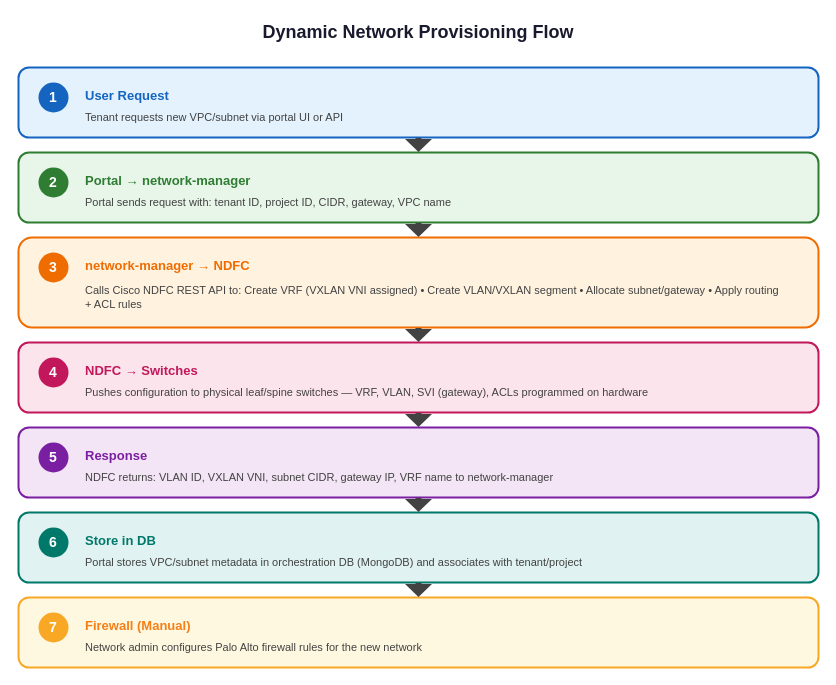
Above: docs/diagrams/dynamic-network-provisioning.drawio in aamir939/Documentation (draw.io), before the change. Source tidied: cells renumbered, new cells numbered last; positions are measured from the earlier drawing's top-left corner, leaving out a move shared by most shapes. Both pictures are drawn from the tidied source at 100%, with x=0, y=0 at pixel (18, 17).
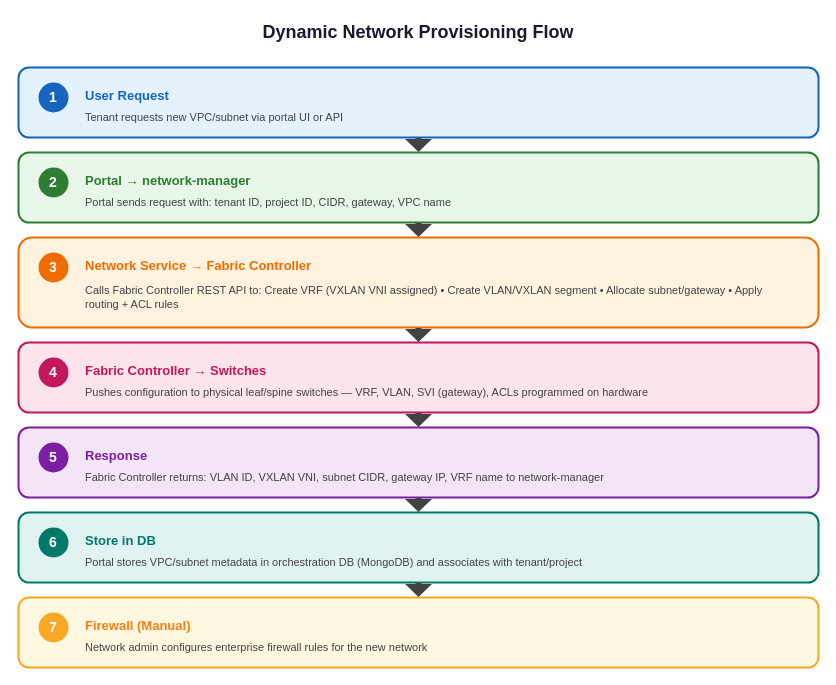
The same page after the edit.

Change to the diagram source:
```diff
@@
-    <mxCell id="13" value="network-manager → NDFC" style="text;html=1;strokeColor=none;fillColor=none;align=left;verticalAlign=middle;fontStyle=1;fontSize=13;fontColor=#ef6c00;" parent="1" vertex="1">
+    <mxCell id="13" value="Network Service → Fabric Controller" style="text;html=1;strokeColor=none;fillColor=none;align=left;verticalAlign=middle;fontStyle=1;fontSize=13;fontColor=#ef6c00;" parent="1" vertex="1">
       <mxGeometry x="65" y="235" width="250" height="25" as="geometry" />
     </mxCell>
-    <mxCell id="14" value="Calls Cisco NDFC REST API to: Create VRF (VXLAN VNI assigned) • Create VLAN/VXLAN segment • Allocate subnet/gateway • Apply routing + ACL rules" style="text;html=1;strokeColor=none;fillColor=none;align=left;verticalAlign=middle;fontSize=11;fontColor=#424242;whiteSpace=wrap;" parent="1" vertex="1">
+    <mxCell id="14" value="Calls Fabric Controller REST API to: Create VRF (VXLAN VNI assigned) • Create VLAN/VXLAN segment • Allocate subnet/gateway • Apply routing + ACL rules" style="text;html=1;strokeColor=none;fillColor=none;align=left;verticalAlign=middle;fontSize=11;fontColor=#424242;whiteSpace=wrap;" parent="1" vertex="1">
       <mxGeometry x="65" y="260" width="700" height="40" as="geometry" />
     </mxCell>
@@
-    <mxCell id="17" value="NDFC → Switches" style="text;html=1;strokeColor=none;fillColor=none;align=left;verticalAlign=middle;fontStyle=1;fontSize=13;fontColor=#c2185b;" parent="1" vertex="1">
+    <mxCell id="17" value="Fabric Controller → Switches" style="text;html=1;strokeColor=none;fillColor=none;align=left;verticalAlign=middle;fontStyle=1;fontSize=13;fontColor=#c2185b;" parent="1" vertex="1">
       <mxGeometry x="65" y="340" width="200" height="25" as="geometry" />
     </mxCell>
@@
-    <mxCell id="22" value="NDFC returns: VLAN ID, VXLAN VNI, subnet CIDR, gateway IP, VRF name to network-manager" style="text;html=1;strokeColor=none;fillColor=none;align=left;verticalAlign=middle;fontSize=11;fontColor=#424242;" parent="1" vertex="1">
+    <mxCell id="22" value="Fabric Controller returns: VLAN ID, VXLAN VNI, subnet CIDR, gateway IP, VRF name to network-manager" style="text;html=1;strokeColor=none;fillColor=none;align=left;verticalAlign=middle;fontSize=11;fontColor=#424242;" parent="1" vertex="1">
       <mxGeometry x="65" y="450" width="550" height="20" as="geometry" />
     </mxCell>
@@
-    <mxCell id="30" value="Network admin configures Palo Alto firewall rules for the new network" style="text;html=1;strokeColor=none;fillColor=none;align=left;verticalAlign=middle;fontSize=11;fontColor=#424242;" parent="1" vertex="1">
+    <mxCell id="30" value="Network admin configures enterprise firewall rules for the new network" style="text;html=1;strokeColor=none;fillColor=none;align=left;verticalAlign=middle;fontSize=11;fontColor=#424242;" parent="1" vertex="1">
       <mxGeometry x="65" y="620" width="450" height="20" as="geometry" />
     </mxCell>
```
